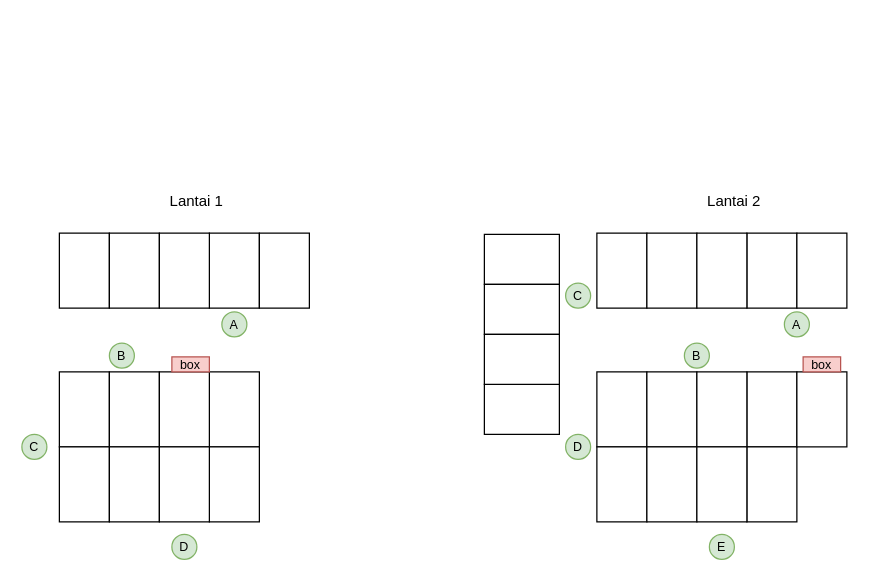
hnkzf/topologi-site keeps this draw.io diagram as page "Site 2" (2 of 3) of Mapping & Topologi Kos Bu Nia.drawio. Above is the earlier version. Source tidied: cells renumbered, new cells numbered last; positions are measured from the earlier drawing's top-left corner, leaving out a move shared by most shapes. Both pictures are drawn from the tidied source at 125%, with x=0, y=0 at pixel (21, 182).
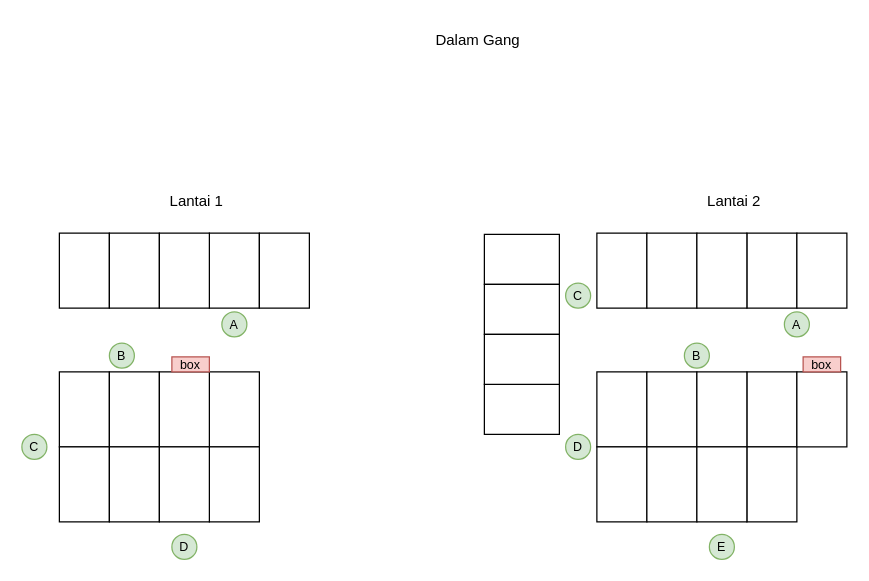
The same diagram, later.

Diff of the diagram source:
```diff
@@
+    <mxCell id="46" value="Dalam Gang" style="text;html=1;whiteSpace=wrap;strokeColor=none;fillColor=none;align=center;verticalAlign=middle;rounded=0;" parent="1" vertex="1">
+      <mxGeometry x="310" y="-129" width="110" height="30" as="geometry" />
+    </mxCell>
```
